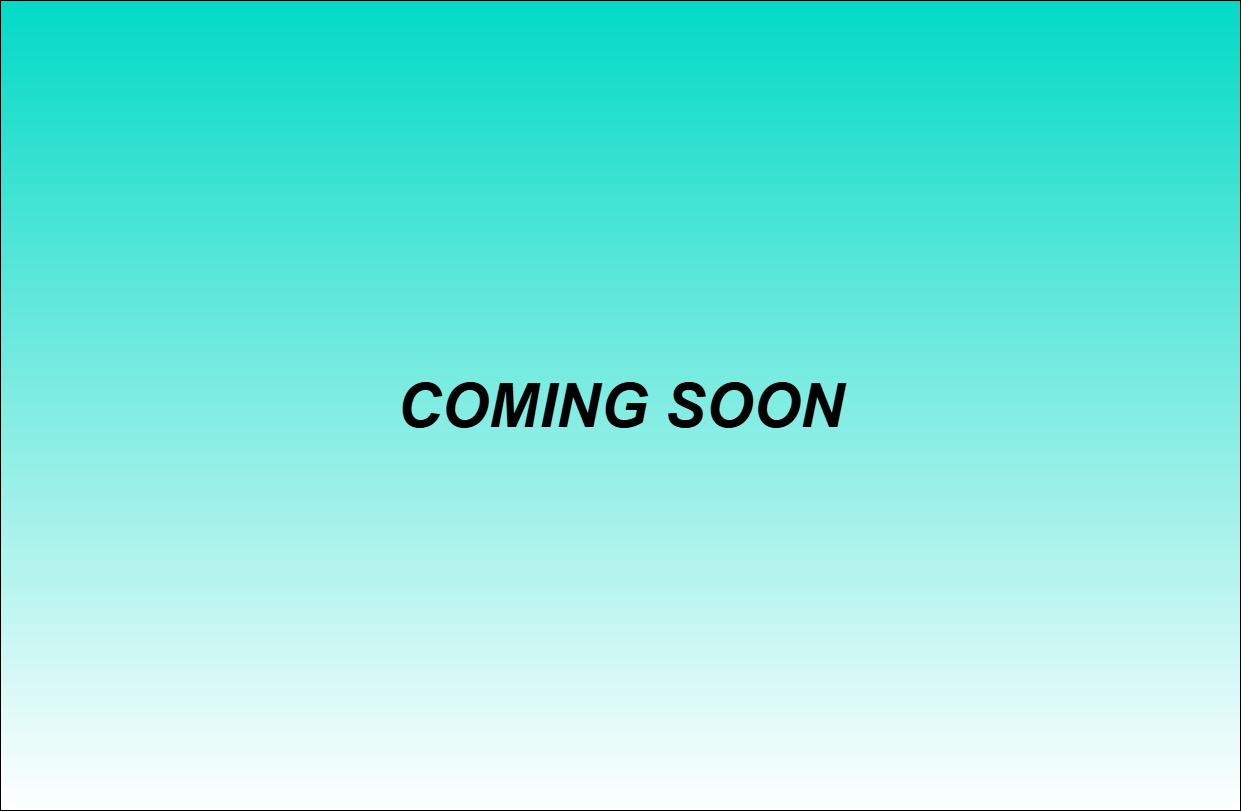
Before: static/mlops_sub.png, a diagram exported from draw.io (SHIVOGOJOHN/Profile). Source tidied: cells renumbered, new cells last; positions are measured from the earlier drawing's top-left corner, leaving out a move shared by most shapes. Its diagram source:
```xml
<mxGraphModel>
  <root>
    <mxCell id="0" />
    <mxCell id="1" parent="0" />
    <mxCell id="2" value="&lt;font style=&quot;font-size: 61px;&quot;&gt;&lt;b&gt;&lt;i&gt;COMING SOON&lt;/i&gt;&lt;/b&gt;&lt;/font&gt;" style="rounded=0;whiteSpace=wrap;html=1;gradientColor=#03DAC6;gradientDirection=north;" parent="1" vertex="1">
      <mxGeometry width="1240" height="810" as="geometry" />
    </mxCell>
  </root>
</mxGraphModel>
```
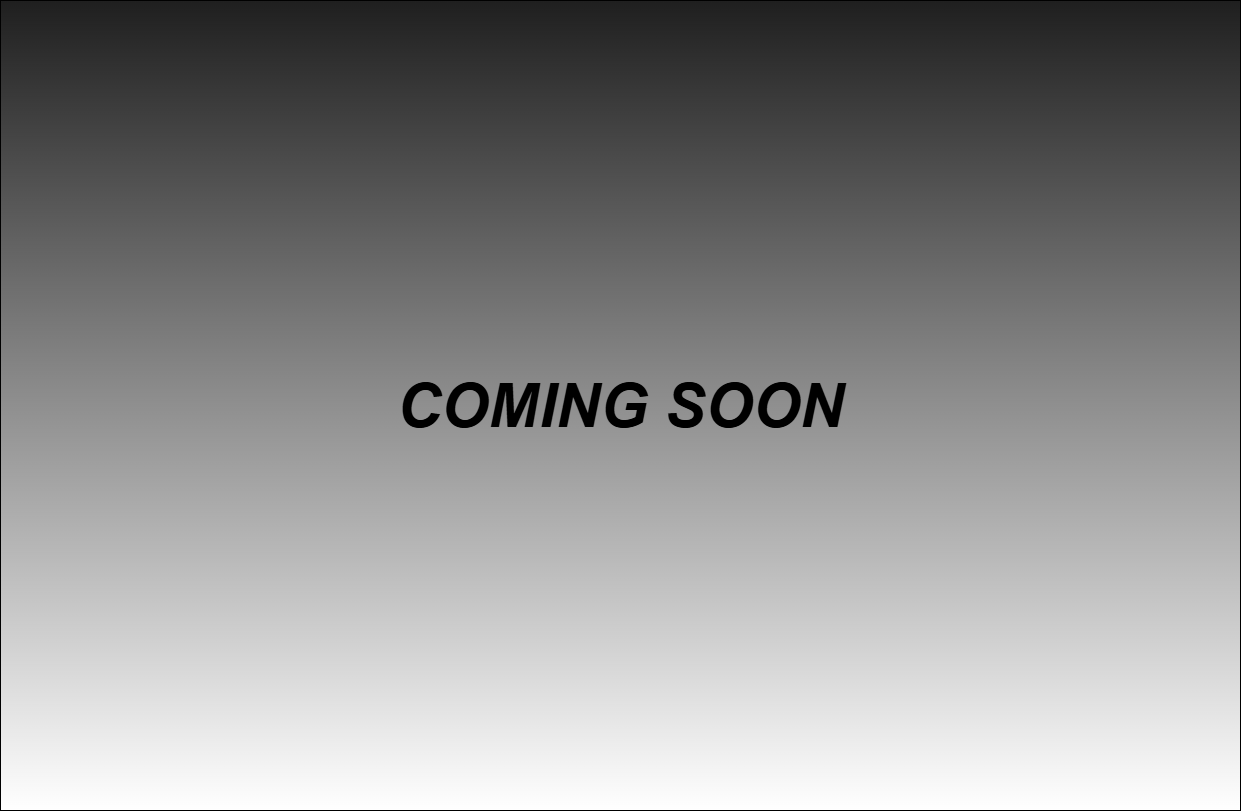
Later version of the same file.

Change to the diagram source:
```diff
@@ -2,7 +2,7 @@
   <root>
     <mxCell id="0" />
     <mxCell id="1" parent="0" />
-    <mxCell id="2" value="&lt;font style=&quot;font-size: 61px;&quot;&gt;&lt;b&gt;&lt;i&gt;COMING SOON&lt;/i&gt;&lt;/b&gt;&lt;/font&gt;" style="rounded=0;whiteSpace=wrap;html=1;gradientColor=#03DAC6;gradientDirection=north;" parent="1" vertex="1">
+    <mxCell id="2" value="&lt;font style=&quot;font-size: 61px;&quot;&gt;&lt;b&gt;&lt;i&gt;COMING SOON&lt;/i&gt;&lt;/b&gt;&lt;/font&gt;" style="rounded=0;whiteSpace=wrap;html=1;gradientColor=light-dark(#1f1f1f, #008372);gradientDirection=north;" parent="1" vertex="1">
       <mxGeometry width="1240" height="810" as="geometry" />
     </mxCell>
   </root>
```
